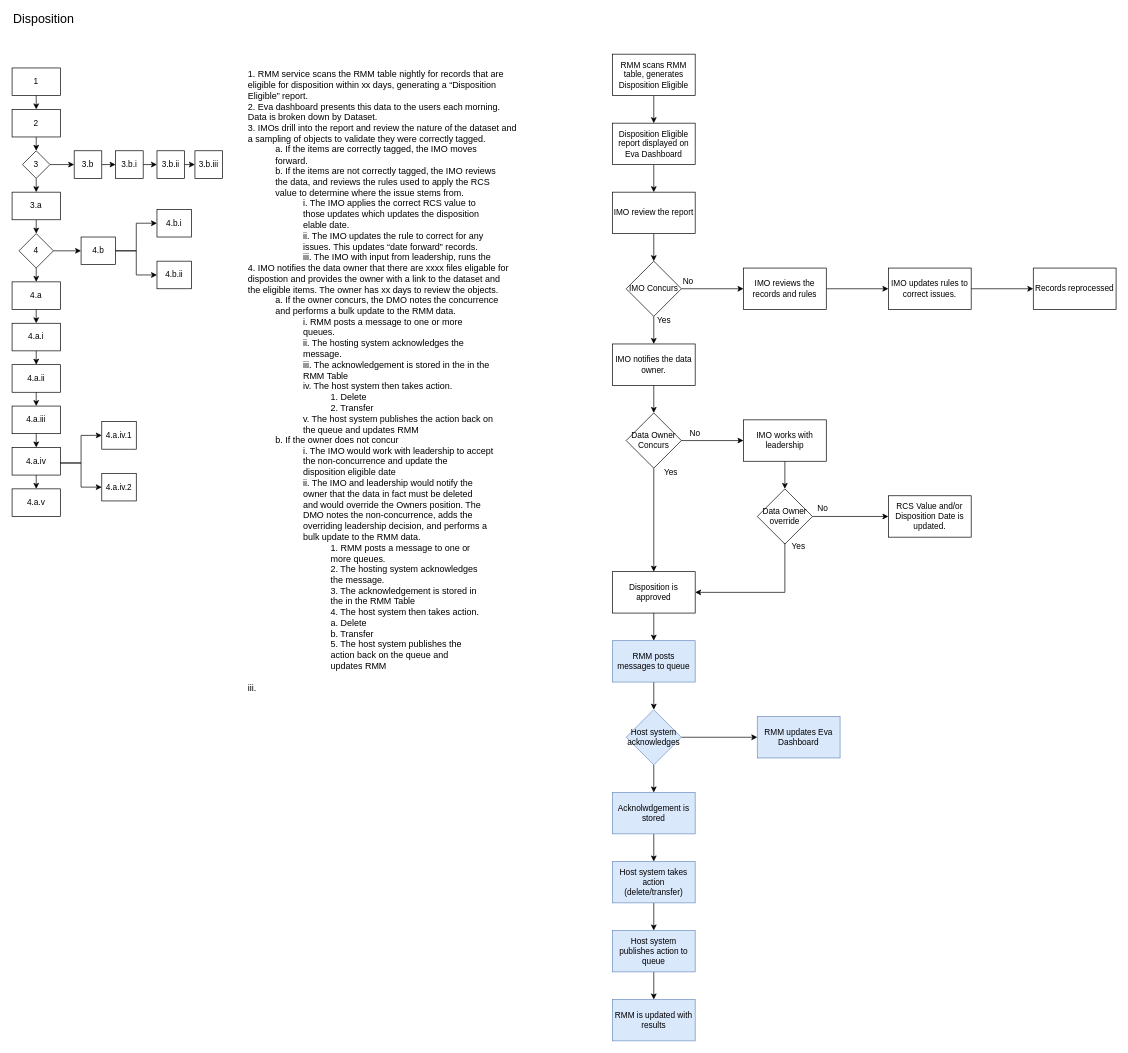
The draw.io diagram page "Disposition" (1 of 2) of Drawings/Disposition/Disposition.drawio in RMSLowside/rmslow, before the edit. Source tidied: cells renumbered, new cells numbered last; positions are measured from the earlier drawing's top-left corner, leaving out a move shared by most shapes. Both pictures are drawn from the tidied source at 69%, with x=0, y=0 at pixel (12, 12).
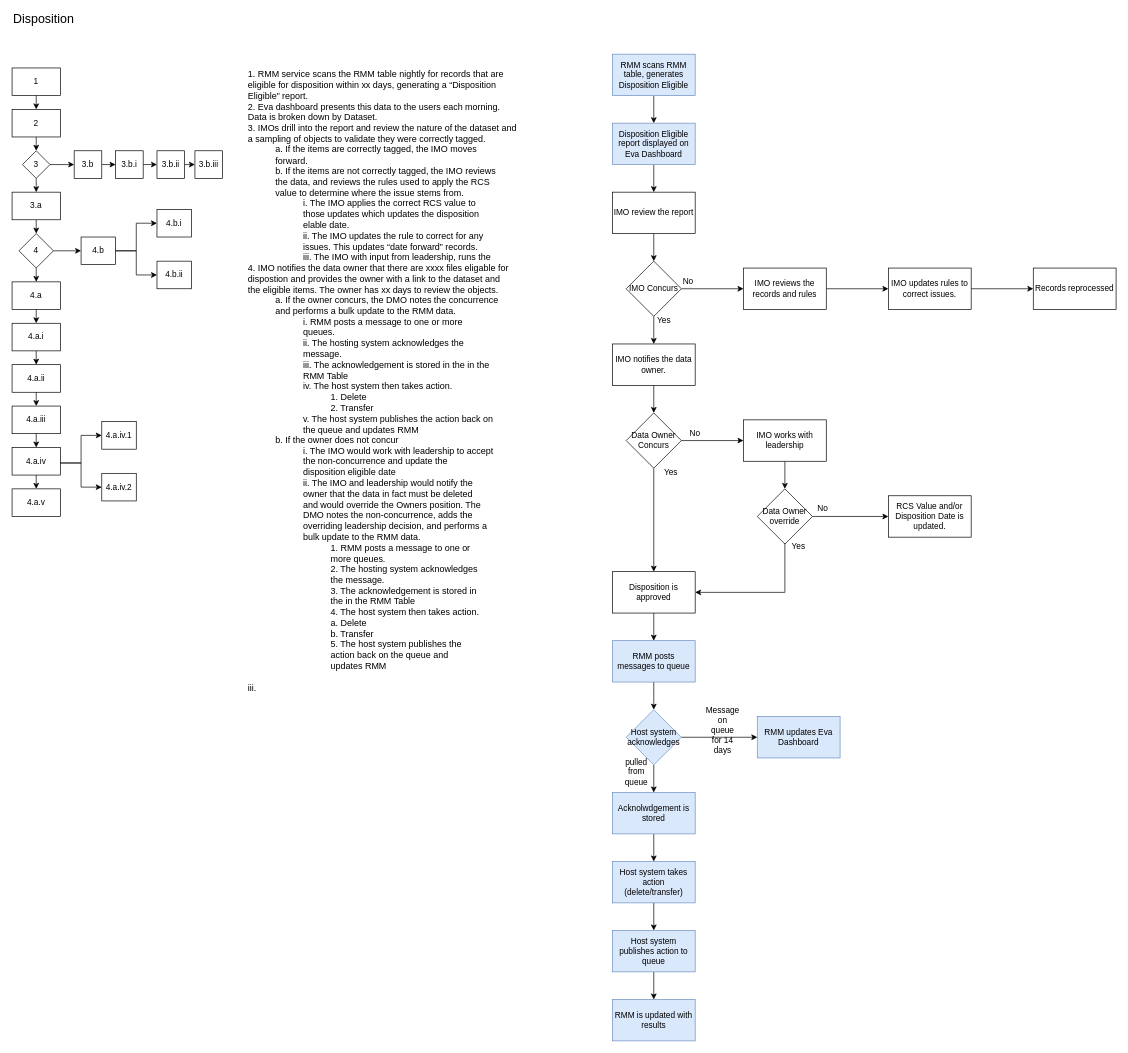
After the change.

Diff of the diagram source:
```diff
@@
-    <mxCell id="44" value="RMM scans RMM table, generates Disposition Eligible" style="rounded=0;whiteSpace=wrap;html=1;" parent="1" vertex="1">
+    <mxCell id="44" value="RMM scans RMM table, generates Disposition Eligible" style="rounded=0;whiteSpace=wrap;html=1;fillColor=#dae8fc;strokeColor=#6c8ebf;" parent="1" vertex="1">
       <mxGeometry x="870" y="60" width="120" height="60" as="geometry" />
     </mxCell>
@@
-    <mxCell id="46" value="Disposition Eligible report displayed on Eva Dashboard" style="rounded=0;whiteSpace=wrap;html=1;" parent="1" vertex="1">
+    <mxCell id="46" value="Disposition Eligible report displayed on Eva Dashboard" style="rounded=0;whiteSpace=wrap;html=1;fillColor=#dae8fc;strokeColor=#6c8ebf;" parent="1" vertex="1">
       <mxGeometry x="870" y="160" width="120" height="60" as="geometry" />
     </mxCell>
@@
+    <mxCell id="89" value="Message on queue for 14 days" style="text;html=1;strokeColor=none;fillColor=none;align=center;verticalAlign=middle;whiteSpace=wrap;rounded=0;" parent="1" vertex="1">
+      <mxGeometry x="1010" y="1030" width="40" height="20" as="geometry" />
+    </mxCell>
+    <mxCell id="90" value="pulled from queue" style="text;html=1;strokeColor=none;fillColor=none;align=center;verticalAlign=middle;whiteSpace=wrap;rounded=0;" parent="1" vertex="1">
+      <mxGeometry x="885" y="1090" width="40" height="20" as="geometry" />
+    </mxCell>
```
